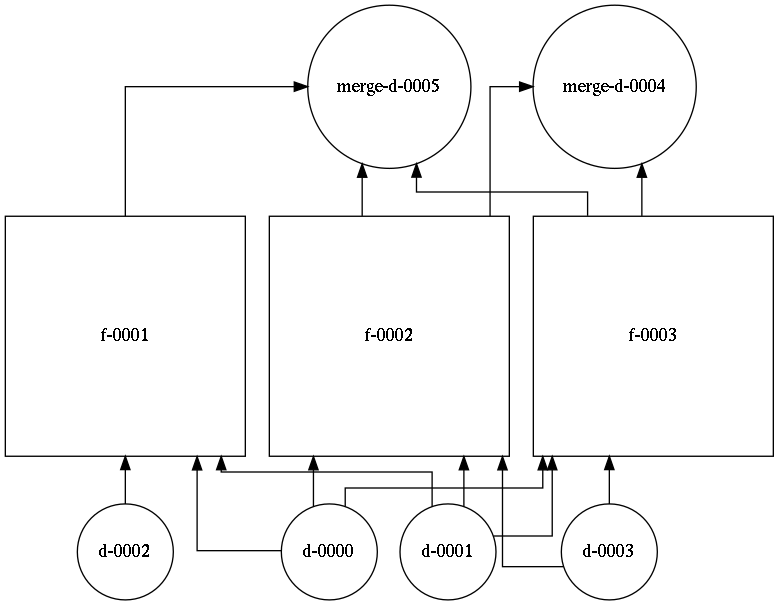
Earlier version of the Graphviz export note/test.png (eliavw/morpheus). Its source is kept beside it as note/test.dot.
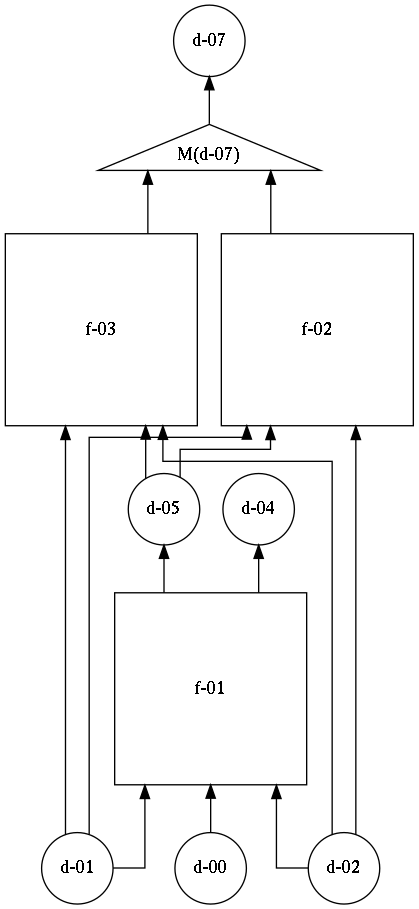
After the change.

Commit message:
Graph becomes a function now

What changed in the source:
```diff
@@ -1,27 +1,45 @@
 strict digraph  {
 rankdir=BT;
 splines=ortho;
-"d-0000" [bipartite=data, idx=0, shape="circle"];
-"d-0001" [bipartite=data, idx=1, shape="circle"];
-"d-0002" [bipartite=data, idx=2, shape="circle"];
-"f-0001" [bipartite=func, idx=1, mod="RandomForestRegressor(bootstrap=True, criterion='mse', max_depth=5,\n           max_features='auto', max_leaf_nodes=None,\n           min_impurity_decrease=0.0, min_impurity_split=None,\n           min_samples_leaf=1, min_samples_split=2,\n           min_weight_fraction_leaf=0.0, n_estimators=5, n_jobs=None,\n           oob_score=False, random_state=None, verbose=0, warm_start=False)", shape="square", width="2.5"];
-"d-0003" [bipartite=data, idx=3, shape="circle"];
-"f-0002" [bipartite=func, idx=2, mod="RandomForestRegressor(bootstrap=True, criterion='mse', max_depth=5,\n           max_features='auto', max_leaf_nodes=None,\n           min_impurity_decrease=0.0, min_impurity_split=None,\n           min_samples_leaf=1, min_samples_split=2,\n           min_weight_fraction_leaf=0.0, n_estimators=5, n_jobs=None,\n           oob_score=False, random_state=None, verbose=0, warm_start=False)", shape="square", width="2.5"];
-"f-0003" [bipartite=func, idx=3, mod="RandomForestRegressor(bootstrap=True, criterion='mse', max_depth=5,\n           max_features='auto', max_leaf_nodes=None,\n           min_impurity_decrease=0.0, min_impurity_split=None,\n           min_samples_leaf=1, min_samples_split=2,\n           min_weight_fraction_leaf=0.0, n_estimators=5, n_jobs=None,\n           oob_score=False, random_state=None, verbose=0, warm_start=False)", shape="square", width="2.5"];
-"merge-d-0005" [bipartite=data, idx=5, shape="circle"];
-"merge-d-0004" [bipartite=data, idx=4, shape="circle"];
-"d-0000" -> "f-0001"  [idx=0];
-"d-0000" -> "f-0002"  [idx=0];
-"d-0000" -> "f-0003"  [idx=0];
-"d-0001" -> "f-0001"  [idx=1];
-"d-0001" -> "f-0002"  [idx=1];
-"d-0001" -> "f-0003"  [idx=1];
-"d-0002" -> "f-0001"  [idx=2];
-"f-0001" -> "merge-d-0005"  [idx=5];
-"d-0003" -> "f-0002"  [idx=3];
-"d-0003" -> "f-0003"  [idx=3];
-"f-0002" -> "merge-d-0005"  [idx=5];
-"f-0002" -> "merge-d-0004"  [idx=4];
-"f-0003" -> "merge-d-0005"  [idx=5];
-"f-0003" -> "merge-d-0004"  [idx=4];
+"d-00" [bipartite=data, idx=0, kind=data, shape="circle", tgt="[0]"];
+"d-01" [bipartite=data, idx=1, kind=data, shape="circle", tgt="[1]"];
+"d-02" [bipartite=data, idx=2, kind=data, shape="circle", tgt="[2]"];
+"d-04" [bipartite=data, idx=4, kind=data, shape="circle", tgt="[4]"];
+"d-05" [bipartite=data, idx=5, kind=data, shape="circle", tgt="[5]"];
+"f-01" [bipartite=func, function=<bound method ForestRegressor.predict of RandomForestRegressor(bootstrap=True, criterion='mse', max_depth=5,
+           max_features='auto', max_leaf_nodes=None,
+           min_impurity_decrease=0.0, min_impurity_split=None,
+           min_samples_leaf=1, min_samples_split=2,
+           min_weight_fraction_leaf=0.0, n_estimators=5, n_jobs=None,
+           oob_score=False, random_state=None, verbose=0, warm_start=False)>, idx=1, kind=model, mod="RandomForestRegressor(bootstrap=True, criterion='mse', max_depth=5,\n           max_features='auto', max_leaf_nodes=None,\n           min_impurity_decrease=0.0, min_impurity_split=None,\n           min_samples_leaf=1, min_samples_split=2,\n           min_weight_fraction_leaf=0.0, n_estimators=5, n_jobs=None,\n           oob_score=False, random_state=None, verbose=0, warm_start=False)", shape="square", src="[0, 1, 2]", tgt="[4, 5]", width=2];
+"f-02" [bipartite=func, function=<bound method ForestClassifier.predict of RandomForestClassifier(bootstrap=True, class_weight=None, criterion='gini',
+            max_depth=5, max_features='auto', max_leaf_nodes=None,
+            min_impurity_decrease=0.0, min_impurity_split=None,
+            min_samples_leaf=1, min_samples_split=2,
+            min_weight_fraction_leaf=0.0, n_estimators=5, n_jobs=None,
+            oob_score=False, random_state=None, verbose=0,
+            warm_start=False)>, idx=2, kind=model, mod="RandomForestClassifier(bootstrap=True, class_weight=None, criterion='gini',\n            max_depth=5, max_features='auto', max_leaf_nodes=None,\n            min_impurity_decrease=0.0, min_impurity_split=None,\n            min_samples_leaf=1, min_samples_split=2,\n            min_weight_fraction_leaf=0.0, n_estimators=5, n_jobs=None,\n            oob_score=False, random_state=None, verbose=0,\n            warm_start=False)", shape="square", src="[1, 2, 5]", tgt="[7]", width=2];
+"f-03" [bipartite=func, function=<bound method ForestClassifier.predict of RandomForestClassifier(bootstrap=True, class_weight=None, criterion='gini',
+            max_depth=5, max_features='auto', max_leaf_nodes=None,
+            min_impurity_decrease=0.0, min_impurity_split=None,
+            min_samples_leaf=1, min_samples_split=2,
+            min_weight_fraction_leaf=0.0, n_estimators=5, n_jobs=None,
+            oob_score=False, random_state=None, verbose=0,
+            warm_start=False)>, idx=3, kind=model, mod="RandomForestClassifier(bootstrap=True, class_weight=None, criterion='gini',\n            max_depth=5, max_features='auto', max_leaf_nodes=None,\n            min_impurity_decrease=0.0, min_impurity_split=None,\n            min_samples_leaf=1, min_samples_split=2,\n            min_weight_fraction_leaf=0.0, n_estimators=5, n_jobs=None,\n            oob_score=False, random_state=None, verbose=0,\n            warm_start=False)", shape="square", src="[1, 2, 5]", tgt="[7]", width=2];
+"M(d-07)" [bipartite=data, idx=7, kind=merge, shape="triangle", tgt="[7]"];
+"d-07" [bipartite=data, idx=7, kind=data, shape="circle", tgt="[7]"];
+"d-00" -> "f-01"  [idx=0];
+"d-01" -> "f-01"  [idx=1];
+"d-01" -> "f-02"  [idx=1];
+"d-01" -> "f-03"  [idx=1];
+"d-02" -> "f-01"  [idx=2];
+"d-02" -> "f-02"  [idx=2];
+"d-02" -> "f-03"  [idx=2];
+"d-05" -> "f-02"  [idx=5];
+"d-05" -> "f-03"  [idx=5];
+"f-01" -> "d-04"  [idx=4];
+"f-01" -> "d-05"  [idx=5];
+"f-02" -> "M(d-07)"  [idx=7];
+"f-03" -> "M(d-07)"  [idx=7];
+"M(d-07)" -> "d-07"  [idx=7];
 }
```
